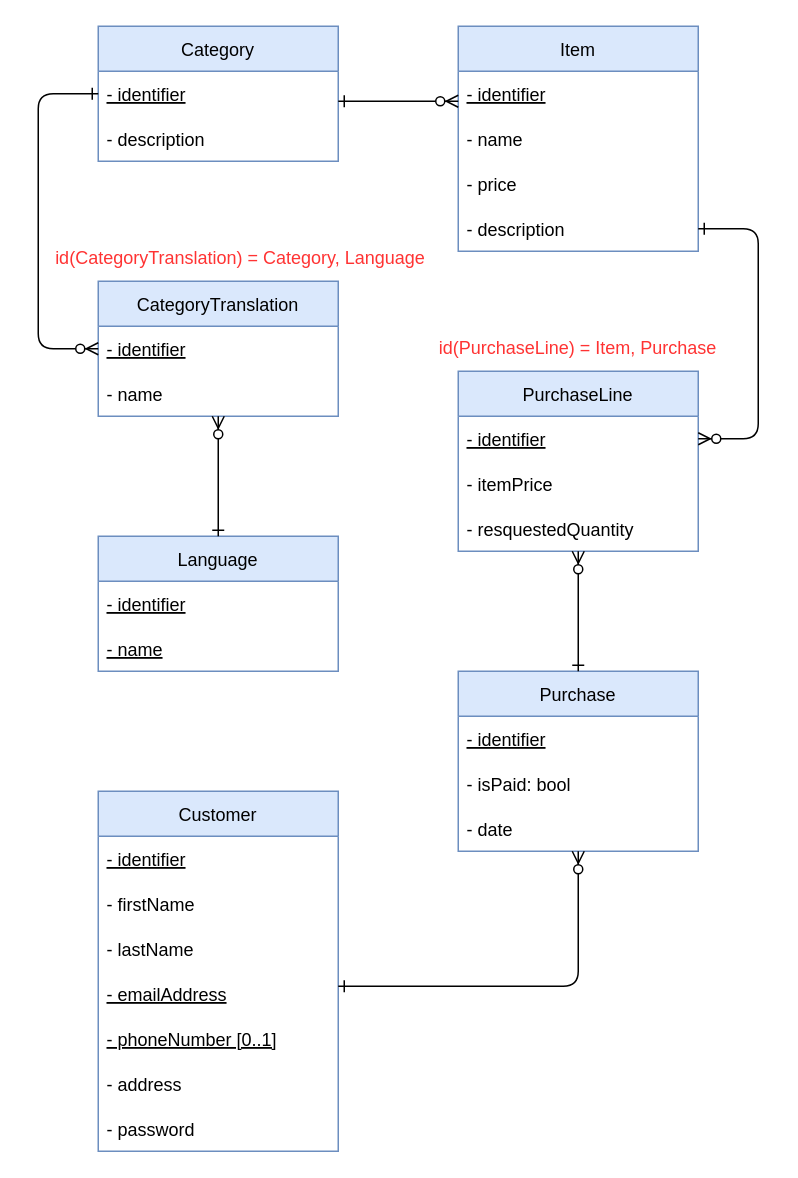
Above: diagram/entity_relationship_diagram.drawio in JobeanSmith/Cyberware (draw.io), before the change. Source tidied: cells renumbered, new cells numbered last; positions are measured from the earlier drawing's top-left corner, leaving out a move shared by most shapes. Both pictures are drawn from the tidied source at 150%, with x=0, y=0 at pixel (38, 26).
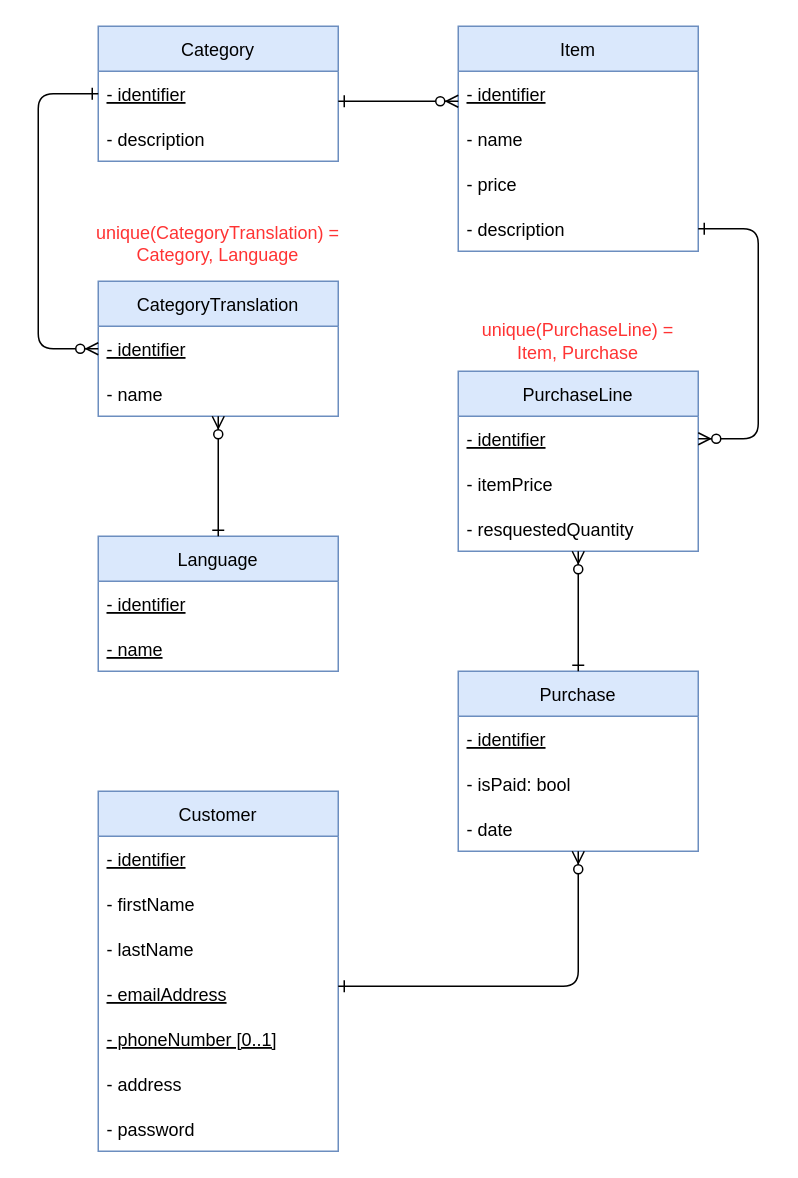
Above is the later version.

The edit, as a diff of the source:
```diff
@@
-    <mxCell id="38" value="&lt;font color=&quot;#ff3333&quot;&gt;id(CategoryTranslation) = Category, Language&lt;/font&gt;" style="text;html=1;strokeColor=none;fillColor=none;align=center;verticalAlign=middle;whiteSpace=wrap;rounded=0;" parent="1" vertex="1">
-      <mxGeometry x="10" y="140" width="250" height="30" as="geometry" />
+    <mxCell id="38" value="&lt;font color=&quot;#ff3333&quot;&gt;unique(CategoryTranslation) = Category, Language&lt;/font&gt;" style="text;html=1;strokeColor=none;fillColor=none;align=center;verticalAlign=middle;whiteSpace=wrap;rounded=0;" parent="1" vertex="1">
+      <mxGeometry x="35" y="130" width="170" height="30" as="geometry" />
     </mxCell>
-    <mxCell id="39" value="&lt;font color=&quot;#ff3333&quot;&gt;id(PurchaseLine) = Item, Purchase&lt;/font&gt;" style="text;html=1;strokeColor=none;fillColor=none;align=center;verticalAlign=middle;whiteSpace=wrap;rounded=0;" parent="1" vertex="1">
-      <mxGeometry x="265" y="205" width="190" height="20" as="geometry" />
+    <mxCell id="39" value="&lt;font color=&quot;#ff3333&quot;&gt;unique(PurchaseLine) = Item, Purchase&lt;/font&gt;" style="text;html=1;strokeColor=none;fillColor=none;align=center;verticalAlign=middle;whiteSpace=wrap;rounded=0;" parent="1" vertex="1">
+      <mxGeometry x="290" y="200" width="140" height="20" as="geometry" />
     </mxCell>
```
